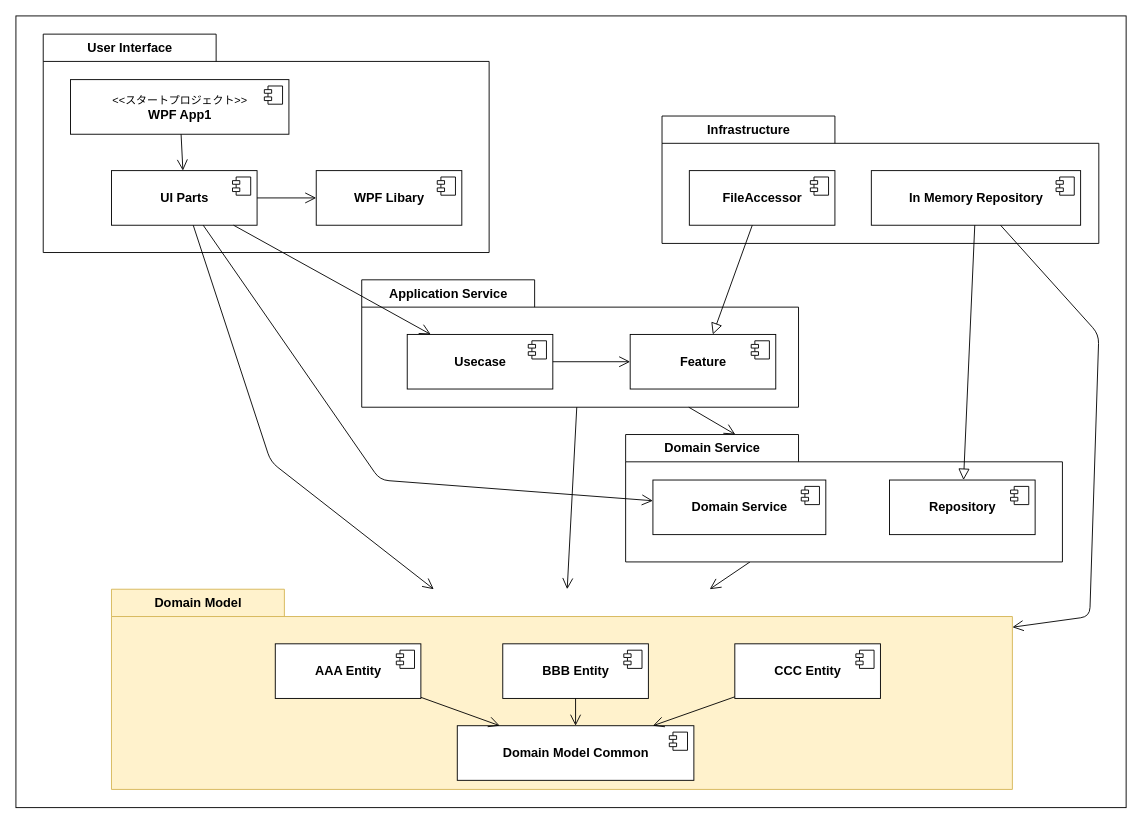
The draw.io diagram page "Domain Model層コンポーネント" (4 of 23) of Documents/Design/Figures.drawio in bosssanovar/WindowsApp_Template_202404, before the edit. Source tidied: cells renumbered, new cells numbered last; positions are measured from the earlier drawing's top-left corner, leaving out a move shared by most shapes. Both pictures are drawn from the tidied source at 91%, with x=0, y=0 at pixel (15, 15).
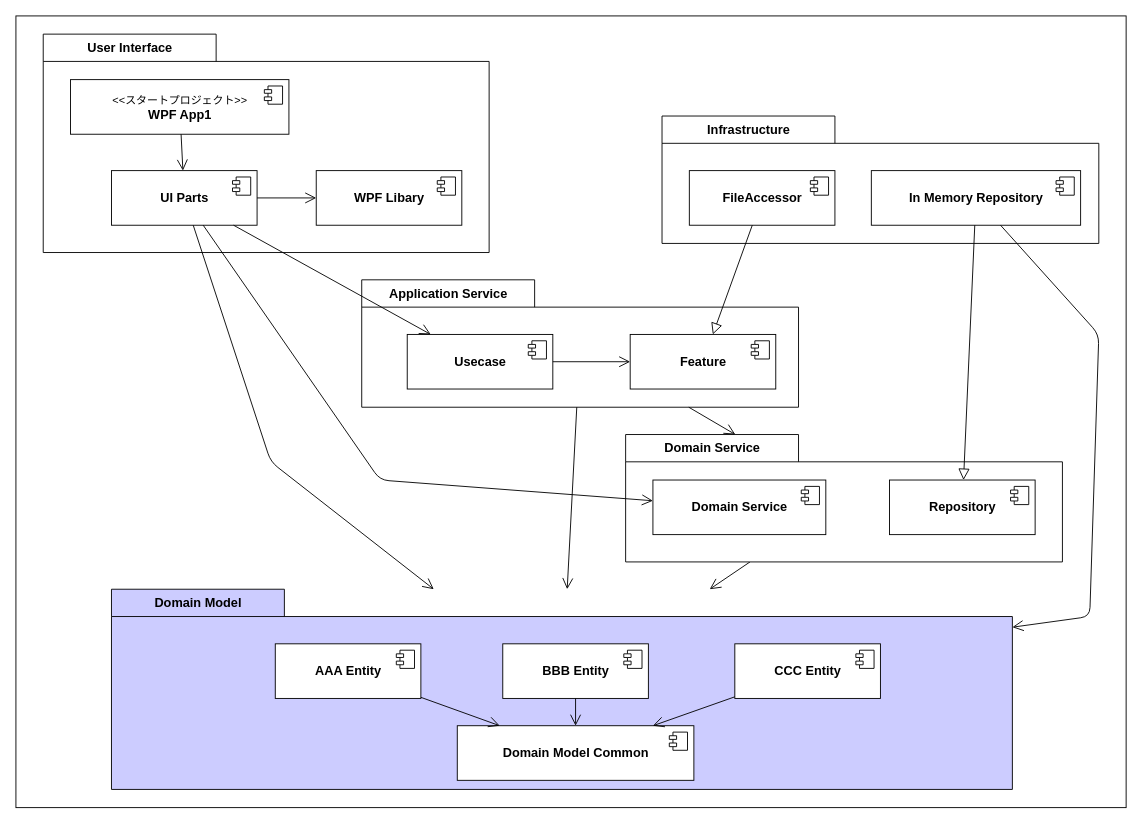
Above is the later version.

What changed in the source:
```diff
@@
-    <mxCell id="3" value="Domain Model" style="shape=folder;fontStyle=1;tabWidth=190;tabHeight=30;tabPosition=left;html=1;boundedLbl=1;labelInHeader=1;strokeColor=#d6b656;strokeWidth=1;fontSize=14;fillColor=#fff2cc;" parent="1" vertex="1">
+    <mxCell id="3" value="Domain Model" style="shape=folder;fontStyle=1;tabWidth=190;tabHeight=30;tabPosition=left;html=1;boundedLbl=1;labelInHeader=1;strokeWidth=1;fontSize=14;fillColor=#CCCCFF;" parent="1" vertex="1">
       <mxGeometry x="105" y="630" width="990" height="220" as="geometry" />
     </mxCell>
```
